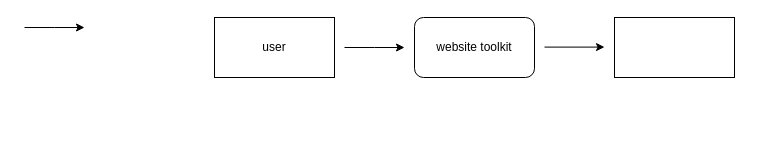
fadedwind/CS250_Project keeps this draw.io diagram as 未命名绘图.drawio. Above is the earlier version. Source tidied: cells renumbered, new cells numbered last; positions are measured from the earlier drawing's top-left corner, leaving out a move shared by most shapes. Both pictures are drawn from the tidied source at 100%, with x=0, y=0 at pixel (24, 17).
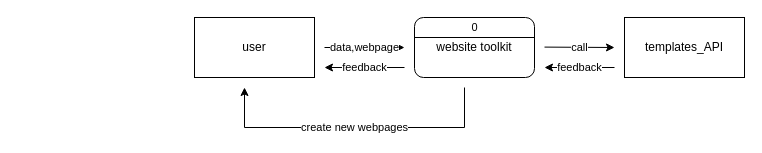
After the change.

Diff of the diagram source:
```diff
@@
 <mxGraphModel>
   <root>
     <mxCell id="0" />
     <mxCell id="1" parent="0" />
     <mxCell id="2" value="website toolkit" style="rounded=1;whiteSpace=wrap;html=1;" parent="1" vertex="1">
       <mxGeometry x="390" width="120" height="60" as="geometry" />
     </mxCell>
-    <mxCell id="3" style="rounded=0;whiteSpace=wrap;html=1;" parent="1" vertex="1">
-      <mxGeometry x="590" width="120" height="60" as="geometry" />
+    <mxCell id="3" value="templates_API" style="rounded=0;whiteSpace=wrap;html=1;" parent="1" vertex="1">
+      <mxGeometry x="600" width="120" height="60" as="geometry" />
     </mxCell>
     <mxCell id="4" value="user" style="rounded=0;whiteSpace=wrap;html=1;" parent="1" vertex="1">
-      <mxGeometry x="190" width="120" height="60" as="geometry" />
+      <mxGeometry x="170" width="120" height="60" as="geometry" />
     </mxCell>
-    <mxCell id="5" style="endArrow=classic;html=1;rounded=0;" parent="1" edge="1">
+    <mxCell id="5" value="data,webpage" style="endArrow=classic;html=1;rounded=0;" parent="1" edge="1">
       <mxGeometry relative="1" as="geometry">
-        <mxPoint x="320" y="30" as="sourcePoint" />
+        <mxPoint x="300" y="30" as="sourcePoint" />
         <mxPoint x="380" y="30" as="targetPoint" />
         <Array as="points">
           <mxPoint x="350" y="30" />
         </Array>
       </mxGeometry>
     </mxCell>
-    <mxCell id="6" style="endArrow=classic;html=1;rounded=0;" parent="1" edge="1">
+    <mxCell id="6" value="feedback" style="endArrow=classic;html=1;rounded=0;" parent="1" edge="1">
       <mxGeometry relative="1" as="geometry">
-        <mxPoint y="10" as="sourcePoint" />
-        <mxPoint x="60" y="10" as="targetPoint" />
-        <Array as="points">
-          <mxPoint x="30" y="10" />
-        </Array>
+        <mxPoint x="380" y="50" as="sourcePoint" />
+        <mxPoint x="300" y="50" as="targetPoint" />
       </mxGeometry>
     </mxCell>
-    <mxCell id="7" style="endArrow=classic;html=1;rounded=0;" parent="1" edge="1">
+    <mxCell id="7" value="call" style="endArrow=classic;html=1;rounded=0;" parent="1" edge="1">
       <mxGeometry relative="1" as="geometry">
         <mxPoint x="520" y="29.6" as="sourcePoint" />
-        <mxPoint x="580" y="29.6" as="targetPoint" />
+        <mxPoint x="590" y="30" as="targetPoint" />
       </mxGeometry>
     </mxCell>
+    <mxCell id="8" value="feedback" style="endArrow=classic;html=1;rounded=0;" parent="1" edge="1">
+      <mxGeometry relative="1" as="geometry">
+        <mxPoint x="590" y="50" as="sourcePoint" />
+        <mxPoint x="520" y="50" as="targetPoint" />
+      </mxGeometry>
+    </mxCell>
+    <mxCell id="9" value="create new webpages" style="endArrow=classic;html=1;rounded=0;" parent="1" edge="1">
+      <mxGeometry relative="1" as="geometry">
+        <mxPoint x="440" y="70" as="sourcePoint" />
+        <mxPoint x="220" y="70" as="targetPoint" />
+        <Array as="points">
+          <mxPoint x="440" y="110" />
+          <mxPoint x="330" y="110" />
+          <mxPoint x="220" y="110" />
+        </Array>
+      </mxGeometry>
+    </mxCell>
+    <mxCell id="10" value="0" style="endArrow=none;html=1;rounded=0;entryX=1;entryY=0.5;entryDx=0;entryDy=0;" parent="1" edge="1">
+      <mxGeometry y="10" relative="1" as="geometry">
+        <mxPoint x="390" y="20" as="sourcePoint" />
+        <mxPoint x="510" y="20" as="targetPoint" />
+      </mxGeometry>
+    </mxCell>
   </root>
 </mxGraphModel>
```
